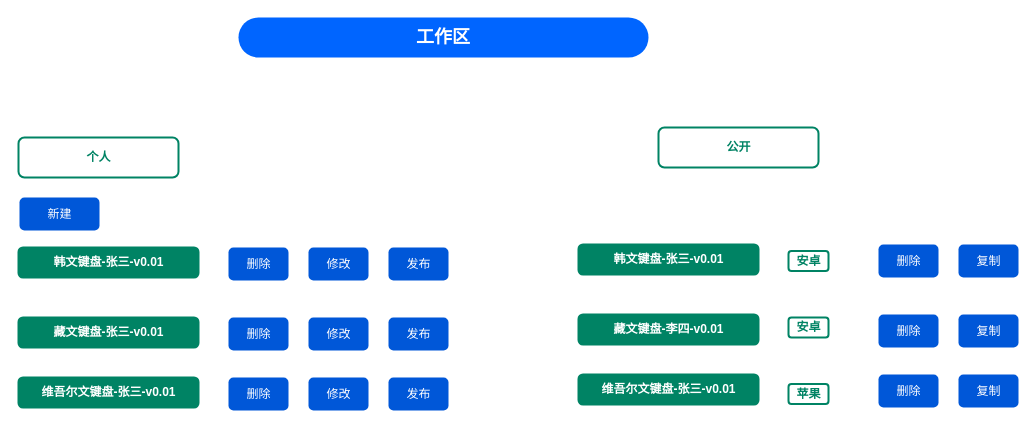
Earlier version of the draw.io diagram layout-editor/语言总览.drawio (chonglv/charts). Source tidied: cells renumbered, new cells numbered last; positions are measured from the earlier drawing's top-left corner, leaving out a move shared by most shapes. Both pictures are drawn from the tidied source at 100%, with x=0, y=0 at pixel (18, 17).
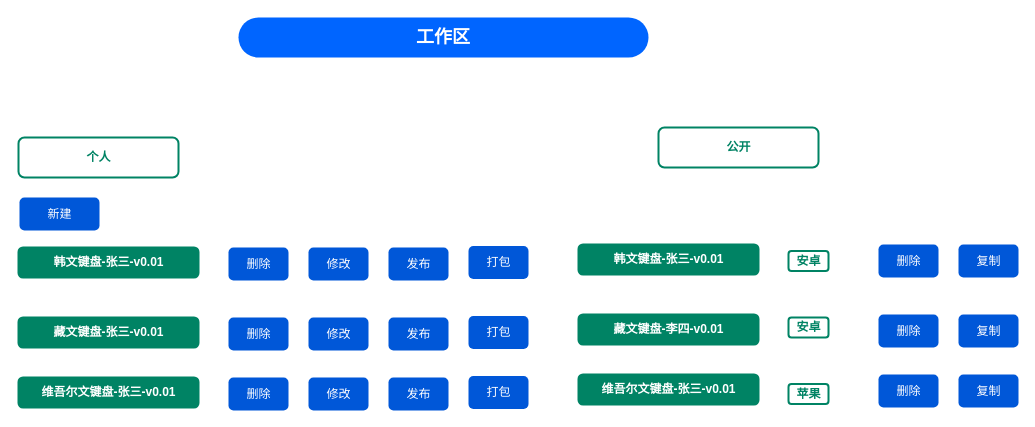
Above is the later version.

Commit message:
更新语言总览.drawio

What changed in the source:
```diff
@@
+    <mxCell id="30" value="打包" style="rounded=1;fillColor=#0057D8;align=center;strokeColor=none;html=1;fontColor=#ffffff;fontSize=12;" parent="1" vertex="1">
+      <mxGeometry x="450" y="228.5" width="60" height="33" as="geometry" />
+    </mxCell>
+    <mxCell id="31" value="打包" style="rounded=1;fillColor=#0057D8;align=center;strokeColor=none;html=1;fontColor=#ffffff;fontSize=12;" parent="1" vertex="1">
+      <mxGeometry x="450" y="298.5" width="60" height="33" as="geometry" />
+    </mxCell>
+    <mxCell id="32" value="打包" style="rounded=1;fillColor=#0057D8;align=center;strokeColor=none;html=1;fontColor=#ffffff;fontSize=12;" parent="1" vertex="1">
+      <mxGeometry x="450" y="358.5" width="60" height="33" as="geometry" />
+    </mxCell>
```
